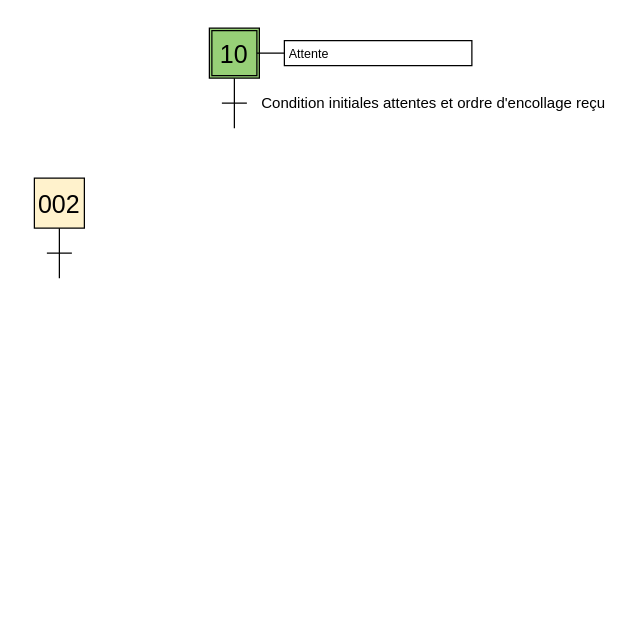
CharifMah/Systemes_automatises keeps this draw.io diagram as PDCA5 (AUTOMATISATION-ERGONOMIE)/GRAFCET/GrafcetEncolleuse.drawio. Above is the earlier version. Source tidied: cells renumbered, new cells numbered last; positions are measured from the earlier drawing's top-left corner, leaving out a move shared by most shapes. Both pictures are drawn from the tidied source at 125%, with x=0, y=0 at pixel (21, 28).
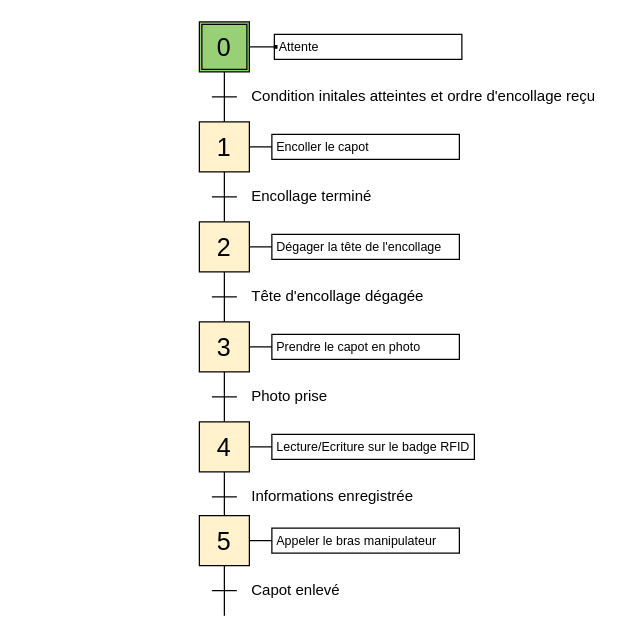
After the change.

The edit, as a diff of the source:
```diff
@@
-    <mxCell id="2" style="group;" parent="1" vertex="1">
-      <mxGeometry x="10" y="120" width="40" height="80" as="geometry" />
-    </mxCell>
-    <mxCell id="3" value="002" style="rounded=0;whiteSpace=wrap;html=1;fontSize=20;align=center;fillColor=#fff2cc;startSize=20;strokeColor=#000000;" parent="2" vertex="1">
-      <mxGeometry width="40" height="40" as="geometry" />
-    </mxCell>
-    <mxCell id="4" style="endArrow=none;html=1;fontSize=12;rounded=0;" parent="2" edge="1">
-      <mxGeometry x="152" y="350" as="geometry">
-        <mxPoint x="10" y="60" as="sourcePoint" />
-        <mxPoint x="30" y="60" as="targetPoint" />
-      </mxGeometry>
-    </mxCell>
-    <mxCell id="5" style="edgeStyle=none;rounded=0;jettySize=auto;html=1;exitX=0.5;exitY=1;exitDx=0;exitDy=0;endArrow=none;endFill=0;fontSize=12;" parent="2" edge="1" source="3">
-      <mxGeometry x="152" y="350" as="geometry">
-        <mxPoint x="20" y="80" as="targetPoint" />
-      </mxGeometry>
-    </mxCell>
-    <mxCell id="6" style="group;" parent="1" vertex="1">
-      <mxGeometry x="150" width="330" height="80" as="geometry" />
-    </mxCell>
-    <mxCell id="7" style="group;" parent="6" vertex="1">
-      <mxGeometry width="40" height="80" as="geometry" />
-    </mxCell>
+    <mxCell id="16" style="group;" parent="1" vertex="1">
+      <mxGeometry x="142" y="75" width="210" height="160" as="geometry" />
+    </mxCell>
+    <mxCell id="17" value="1" style="rounded=0;whiteSpace=wrap;html=1;fontSize=20;align=center;fillColor=#fff2cc;startSize=20;strokeColor=#000000;" parent="16" vertex="1">
+      <mxGeometry width="40" height="40" as="geometry" />
+    </mxCell>
+    <mxCell id="18" style="endArrow=none;html=1;fontSize=12;rounded=0;" parent="16" edge="1">
+      <mxGeometry as="geometry">
+        <mxPoint x="10" y="60" as="sourcePoint" />
+        <mxPoint x="30" y="60" as="targetPoint" />
+      </mxGeometry>
+    </mxCell>
+    <mxCell id="19" value="Encollage terminé" style="text;html=1;strokeColor=none;fillColor=none;align=left;verticalAlign=middle;rounded=0;fontSize=12;startSize=20;" parent="16" vertex="1">
+      <mxGeometry x="40" y="50" width="80" height="20" as="geometry" />
+    </mxCell>
+    <mxCell id="20" style="edgeStyle=none;rounded=0;jettySize=auto;html=1;exitX=0.5;exitY=1;exitDx=0;exitDy=0;endArrow=none;endFill=0;fontSize=12;" parent="16" edge="1" source="17">
+      <mxGeometry as="geometry">
+        <mxPoint x="20" y="80" as="targetPoint" />
+      </mxGeometry>
+    </mxCell>
+    <mxCell id="21" style="edgeStyle=none;rounded=0;jettySize=auto;html=1;exitX=1;exitY=0.5;exitDx=0;exitDy=0;fontSize=12;endArrow=none;endFill=0;entryX=0;entryY=0.5;entryDx=0;entryDy=0;" parent="16" edge="1" source="17">
+      <mxGeometry as="geometry">
+        <mxPoint x="58" y="20" as="targetPoint" />
+      </mxGeometry>
+    </mxCell>
+    <mxCell id="22" value="Encoller le capot" style="text;html=1;fillColor=none;align=left;verticalAlign=middle;spacingLeft=4;spacingRight=4;whiteSpace=wrap;overflow=hidden;fontSize=10;spacing=0;strokeColor=#000000;" parent="16" vertex="1">
+      <mxGeometry x="58" y="10" width="150" height="20" as="geometry" />
+    </mxCell>
+    <mxCell id="23" style="group;" parent="16" vertex="1">
+      <mxGeometry y="80" width="210" height="80" as="geometry" />
+    </mxCell>
+    <mxCell id="24" value="2" style="rounded=0;whiteSpace=wrap;html=1;fontSize=20;align=center;fillColor=#fff2cc;startSize=20;strokeColor=#000000;" parent="23" vertex="1">
+      <mxGeometry width="40" height="40" as="geometry" />
+    </mxCell>
+    <mxCell id="25" style="endArrow=none;html=1;fontSize=12;rounded=0;" parent="23" edge="1">
+      <mxGeometry as="geometry">
+        <mxPoint x="10" y="60" as="sourcePoint" />
+        <mxPoint x="30" y="60" as="targetPoint" />
+      </mxGeometry>
+    </mxCell>
+    <mxCell id="26" value="Tête d'encollage dégagée" style="text;html=1;strokeColor=none;fillColor=none;align=left;verticalAlign=middle;rounded=0;fontSize=12;startSize=20;" parent="23" vertex="1">
+      <mxGeometry x="40" y="50" width="40" height="20" as="geometry" />
+    </mxCell>
+    <mxCell id="27" style="edgeStyle=none;rounded=0;jettySize=auto;html=1;exitX=0.5;exitY=1;exitDx=0;exitDy=0;endArrow=none;endFill=0;fontSize=12;" parent="23" edge="1" source="24">
+      <mxGeometry as="geometry">
+        <mxPoint x="20" y="80" as="targetPoint" />
+      </mxGeometry>
+    </mxCell>
+    <mxCell id="28" style="edgeStyle=none;rounded=0;jettySize=auto;html=1;exitX=1;exitY=0.5;exitDx=0;exitDy=0;fontSize=12;endArrow=none;endFill=0;entryX=0;entryY=0.5;entryDx=0;entryDy=0;" parent="23" edge="1" source="24">
+      <mxGeometry as="geometry">
+        <mxPoint x="58" y="20" as="targetPoint" />
+      </mxGeometry>
+    </mxCell>
+    <mxCell id="29" value="Dégager la tête de l'encollage" style="text;html=1;fillColor=none;align=left;verticalAlign=middle;spacingLeft=4;spacingRight=4;whiteSpace=wrap;overflow=hidden;fontSize=10;spacing=0;strokeColor=#000000;" parent="23" vertex="1">
+      <mxGeometry x="58" y="10" width="150" height="20" as="geometry" />
+    </mxCell>
+    <mxCell id="30" style="group;" parent="1" vertex="1">
+      <mxGeometry x="142" y="-5" width="212" height="80" as="geometry" />
+    </mxCell>
-    <mxCell id="8" style="rounded=0;whiteSpace=wrap;html=1;fontSize=20;align=center;fillColor=#97D077;" parent="7" vertex="1">
+    <mxCell id="8" style="rounded=0;whiteSpace=wrap;html=1;fontSize=20;align=center;fillColor=#97D077;" parent="30" vertex="1">
       <mxGeometry width="40" height="40" as="geometry" />
     </mxCell>
-    <mxCell id="9" value="10" style="rounded=0;whiteSpace=wrap;html=1;fontSize=20;align=center;gradientColor=#97d077;fillColor=none;imageWidth=20;imageHeight=20;" parent="7" vertex="1">
-      <mxGeometry x="2" y="2" width="36" height="36" as="geometry" />
-    </mxCell>
-    <mxCell id="10" style="endArrow=none;html=1;fontSize=12;rounded=0;" parent="7" edge="1">
-      <mxGeometry x="150" y="250" as="geometry">
-        <mxPoint x="10" y="60" as="sourcePoint" />
-        <mxPoint x="30" y="60" as="targetPoint" />
-      </mxGeometry>
-    </mxCell>
-    <mxCell id="11" style="edgeStyle=none;rounded=0;jettySize=auto;html=1;exitX=0.5;exitY=1;exitDx=0;exitDy=0;endArrow=none;endFill=0;fontSize=12;" parent="7" edge="1" source="8">
-      <mxGeometry x="150" y="250" as="geometry">
-        <mxPoint x="20" y="80" as="targetPoint" />
-      </mxGeometry>
-    </mxCell>
-    <mxCell id="12" value="Condition initiales attentes et ordre d'encollage reçu" style="text;html=1;align=left;verticalAlign=middle;whiteSpace=wrap;rounded=0;" parent="6" vertex="1">
-      <mxGeometry x="40" y="50" width="290" height="20" as="geometry" />
-    </mxCell>
-    <mxCell id="13" style="group;" parent="6" vertex="1">
-      <mxGeometry x="-150" width="360" height="80" as="geometry" />
-    </mxCell>
+    <mxCell id="31" value="0" style="rounded=0;whiteSpace=wrap;html=1;fontSize=20;align=center;gradientColor=#97d077;fillColor=none;imageWidth=20;imageHeight=20;" parent="30" vertex="1">
+      <mxGeometry x="2" y="2" width="36" height="36" as="geometry" />
+    </mxCell>
+    <mxCell id="32" style="endArrow=none;html=1;fontSize=12;rounded=0;" parent="30" edge="1">
+      <mxGeometry as="geometry">
+        <mxPoint x="10" y="60" as="sourcePoint" />
+        <mxPoint x="30" y="60" as="targetPoint" />
+      </mxGeometry>
+    </mxCell>
+    <mxCell id="33" value="Condition initales atteintes et ordre d'encollage reçu" style="text;html=1;strokeColor=none;fillColor=none;align=left;verticalAlign=middle;rounded=0;fontSize=12;" parent="30" vertex="1">
+      <mxGeometry x="40" y="50" width="40" height="20" as="geometry" />
+    </mxCell>
+    <mxCell id="34" style="edgeStyle=none;rounded=0;jettySize=auto;html=1;exitX=0.5;exitY=1;exitDx=0;exitDy=0;endArrow=none;endFill=0;fontSize=12;" parent="30" edge="1" source="8">
+      <mxGeometry as="geometry">
+        <mxPoint x="20" y="80" as="targetPoint" />
+      </mxGeometry>
+    </mxCell>
+    <mxCell id="35" style="endArrow=none;html=1;fontSize=12;exitX=1;exitY=0.5;exitDx=0;exitDy=0;entryX=0;entryY=0.5;entryDx=0;entryDy=0;rounded=0;" parent="30" edge="1" source="8" target="37">
+      <mxGeometry x="40" y="-70" as="geometry" />
+    </mxCell>
+    <mxCell id="36" style="group;" parent="30" vertex="1">
+      <mxGeometry x="60" y="10" width="152" height="40" as="geometry" />
+    </mxCell>
+    <mxCell id="37" style="rounded=0;whiteSpace=wrap;html=1;startSize=20;strokeColor=#000000;strokeWidth=1;fillColor=#000000;" parent="36" vertex="1">
+      <mxGeometry y="9" width="2" height="2" as="geometry" />
+    </mxCell>
-    <mxCell id="14" value="Attente" style="text;html=1;fillColor=none;align=left;verticalAlign=middle;spacingLeft=4;spacingRight=4;whiteSpace=wrap;overflow=hidden;points=[[0,0.5],[1,0.5]];portConstraint=eastwest;fontSize=10;spacing=0;strokeColor=#000000;" parent="13" vertex="1">
-      <mxGeometry x="210" y="10" width="150" height="20" as="geometry" />
+    <mxCell id="14" value="Attente" style="text;html=1;fillColor=none;align=left;verticalAlign=middle;spacingLeft=4;spacingRight=4;whiteSpace=wrap;overflow=hidden;points=[[0,0.5],[1,0.5]];portConstraint=eastwest;fontSize=10;spacing=0;strokeColor=#000000;" parent="36" vertex="1">
+      <mxGeometry width="150" height="20" as="geometry" />
     </mxCell>
-    <mxCell id="15" style="edgeStyle=orthogonalEdgeStyle;rounded=0;jettySize=auto;html=1;entryX=0;entryY=0.5;entryDx=0;entryDy=0;endArrow=none;startFill=0;" parent="6" edge="1" source="9" target="14">
-      <mxGeometry relative="1" as="geometry" />
-    </mxCell>
+    <mxCell id="38" style="group;" parent="1" vertex="1">
+      <mxGeometry x="142" y="235" width="220" height="160" as="geometry" />
+    </mxCell>
+    <mxCell id="39" value="3" style="rounded=0;whiteSpace=wrap;html=1;fontSize=20;align=center;fillColor=#fff2cc;startSize=20;strokeColor=#000000;" parent="38" vertex="1">
+      <mxGeometry width="40" height="40" as="geometry" />
+    </mxCell>
+    <mxCell id="40" style="endArrow=none;html=1;fontSize=12;rounded=0;" parent="38" edge="1">
+      <mxGeometry as="geometry">
+        <mxPoint x="10" y="60" as="sourcePoint" />
+        <mxPoint x="30" y="60" as="targetPoint" />
+      </mxGeometry>
+    </mxCell>
+    <mxCell id="41" value="Photo prise" style="text;html=1;strokeColor=none;fillColor=none;align=left;verticalAlign=middle;rounded=0;fontSize=12;startSize=20;" parent="38" vertex="1">
+      <mxGeometry x="40" y="50" width="40" height="20" as="geometry" />
+    </mxCell>
+    <mxCell id="42" style="edgeStyle=none;rounded=0;jettySize=auto;html=1;exitX=0.5;exitY=1;exitDx=0;exitDy=0;endArrow=none;endFill=0;fontSize=12;" parent="38" edge="1" source="39">
+      <mxGeometry as="geometry">
+        <mxPoint x="20" y="80" as="targetPoint" />
+      </mxGeometry>
+    </mxCell>
+    <mxCell id="43" style="edgeStyle=none;rounded=0;jettySize=auto;html=1;exitX=1;exitY=0.5;exitDx=0;exitDy=0;fontSize=12;endArrow=none;endFill=0;entryX=0;entryY=0.5;entryDx=0;entryDy=0;" parent="38" edge="1" source="39">
+      <mxGeometry as="geometry">
+        <mxPoint x="58" y="20" as="targetPoint" />
+      </mxGeometry>
+    </mxCell>
+    <mxCell id="44" value="Prendre le capot en photo" style="text;html=1;fillColor=none;align=left;verticalAlign=middle;spacingLeft=4;spacingRight=4;whiteSpace=wrap;overflow=hidden;fontSize=10;spacing=0;strokeColor=#000000;" parent="38" vertex="1">
+      <mxGeometry x="58" y="10" width="150" height="20" as="geometry" />
+    </mxCell>
+    <mxCell id="45" style="group;" parent="38" vertex="1">
+      <mxGeometry y="80" width="220" height="80" as="geometry" />
+    </mxCell>
+    <mxCell id="46" value="4" style="rounded=0;whiteSpace=wrap;html=1;fontSize=20;align=center;fillColor=#fff2cc;startSize=20;strokeColor=#000000;" parent="45" vertex="1">
+      <mxGeometry width="40" height="40" as="geometry" />
+    </mxCell>
+    <mxCell id="47" style="endArrow=none;html=1;fontSize=12;rounded=0;" parent="45" edge="1">
+      <mxGeometry as="geometry">
+        <mxPoint x="10" y="60" as="sourcePoint" />
+        <mxPoint x="30" y="60" as="targetPoint" />
+      </mxGeometry>
+    </mxCell>
+    <mxCell id="48" value="Informations enregistrée" style="text;html=1;strokeColor=none;fillColor=none;align=left;verticalAlign=middle;rounded=0;fontSize=12;startSize=20;" parent="45" vertex="1">
+      <mxGeometry x="40" y="50" width="40" height="20" as="geometry" />
+    </mxCell>
+    <mxCell id="49" style="edgeStyle=orthogonalEdgeStyle;rounded=0;jettySize=auto;html=1;exitX=0.5;exitY=1;exitDx=0;exitDy=0;endArrow=none;endFill=0;fontSize=12;curved=1;" parent="45" edge="1" source="46">
+      <mxGeometry as="geometry">
+        <mxPoint x="20" y="80" as="targetPoint" />
+      </mxGeometry>
+    </mxCell>
+    <mxCell id="50" style="edgeStyle=none;rounded=0;jettySize=auto;html=1;exitX=1;exitY=0.5;exitDx=0;exitDy=0;fontSize=12;endArrow=none;endFill=0;entryX=0;entryY=0.5;entryDx=0;entryDy=0;" parent="45" edge="1" source="46">
+      <mxGeometry as="geometry">
+        <mxPoint x="58" y="20" as="targetPoint" />
+      </mxGeometry>
+    </mxCell>
+    <mxCell id="51" value="Lecture/Ecriture sur le badge RFID" style="text;html=1;fillColor=none;align=left;verticalAlign=middle;spacingLeft=4;spacingRight=4;whiteSpace=wrap;overflow=hidden;fontSize=10;spacing=0;strokeColor=#000000;" parent="45" vertex="1">
+      <mxGeometry x="58" y="10" width="162" height="20" as="geometry" />
+    </mxCell>
+    <mxCell id="52" style="group;" parent="1" vertex="1">
+      <mxGeometry x="142" y="390" width="210" height="80" as="geometry" />
+    </mxCell>
+    <mxCell id="53" value="5" style="rounded=0;whiteSpace=wrap;html=1;fontSize=20;align=center;fillColor=#fff2cc;startSize=20;strokeColor=#000000;" parent="52" vertex="1">
+      <mxGeometry width="40" height="40" as="geometry" />
+    </mxCell>
+    <mxCell id="54" style="endArrow=none;html=1;fontSize=12;rounded=0;" parent="52" edge="1">
+      <mxGeometry as="geometry">
+        <mxPoint x="10" y="60" as="sourcePoint" />
+        <mxPoint x="30" y="60" as="targetPoint" />
+      </mxGeometry>
+    </mxCell>
+    <mxCell id="55" value="Capot enlevé" style="text;html=1;strokeColor=none;fillColor=none;align=left;verticalAlign=middle;rounded=0;fontSize=12;startSize=20;" parent="52" vertex="1">
+      <mxGeometry x="40" y="50" width="40" height="20" as="geometry" />
+    </mxCell>
+    <mxCell id="56" style="edgeStyle=orthogonalEdgeStyle;rounded=0;jettySize=auto;html=1;exitX=0.5;exitY=1;exitDx=0;exitDy=0;endArrow=none;endFill=0;fontSize=12;curved=1;" parent="52" edge="1" source="53">
+      <mxGeometry as="geometry">
+        <mxPoint x="20" y="80" as="targetPoint" />
+      </mxGeometry>
+    </mxCell>
+    <mxCell id="57" style="edgeStyle=none;rounded=0;jettySize=auto;html=1;exitX=1;exitY=0.5;exitDx=0;exitDy=0;fontSize=12;endArrow=none;endFill=0;entryX=0;entryY=0.5;entryDx=0;entryDy=0;" parent="52" edge="1" source="53">
+      <mxGeometry as="geometry">
+        <mxPoint x="58" y="20" as="targetPoint" />
+      </mxGeometry>
+    </mxCell>
+    <mxCell id="58" value="Appeler le bras manipulateur" style="text;html=1;fillColor=none;align=left;verticalAlign=middle;spacingLeft=4;spacingRight=4;whiteSpace=wrap;overflow=hidden;fontSize=10;spacing=0;strokeColor=#000000;" parent="52" vertex="1">
+      <mxGeometry x="58" y="10" width="150" height="20" as="geometry" />
+    </mxCell>
```
